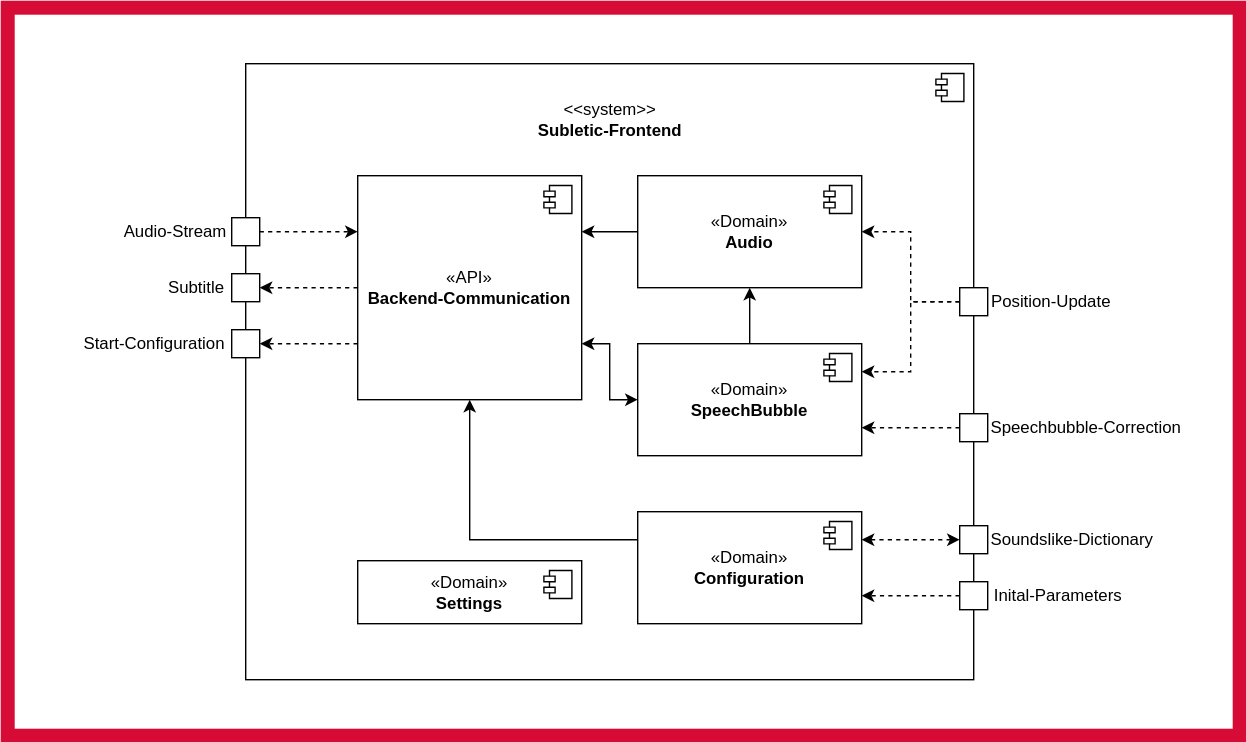
Earlier version of the draw.io export TechnicalDocumentation/arc42/img/Bausteinsicht_1_Frontend.drawio.svg (Subletic/Documentation). Source tidied: cells renumbered, new cells last; positions are measured from the earlier drawing's top-left corner, leaving out a move shared by most shapes.
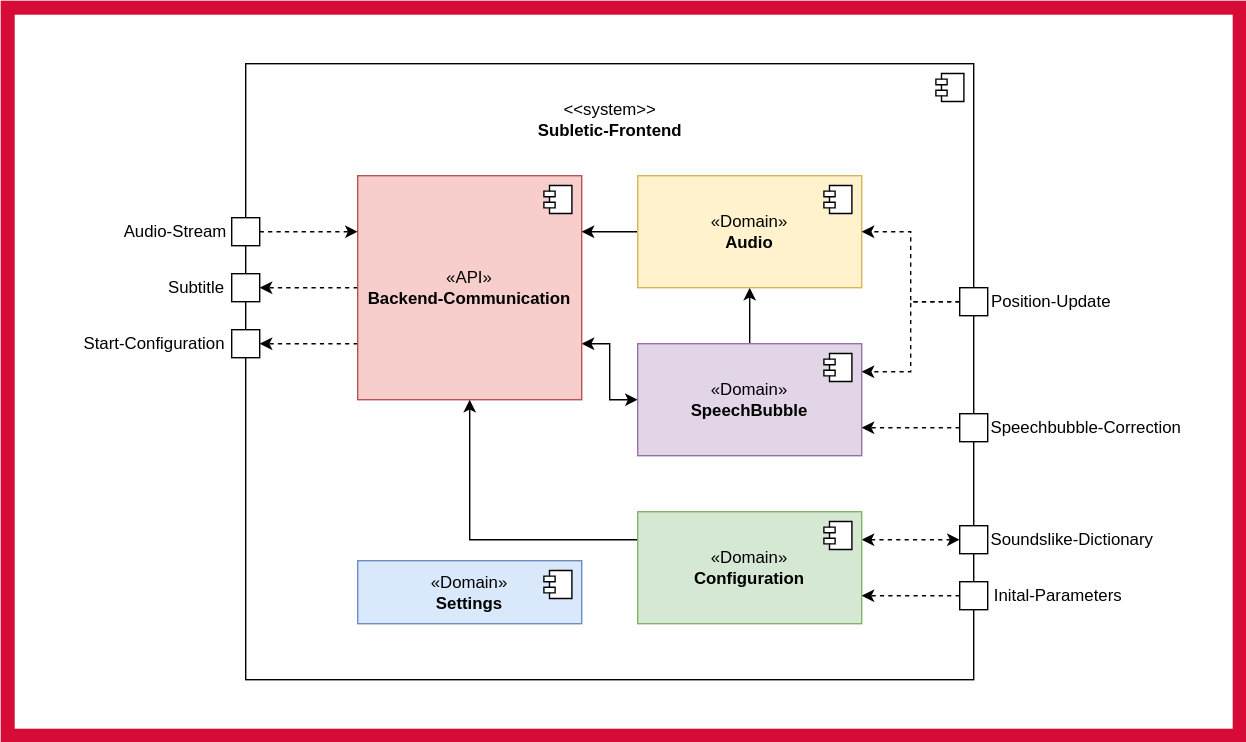
After the change.

What changed in the source:
```diff
@@ -27,7 +27,7 @@
     <mxCell id="7" style="edgeStyle=orthogonalEdgeStyle;rounded=0;jettySize=auto;html=1;exitX=0;exitY=0.75;exitDx=0;exitDy=0;entryX=1;entryY=0.5;entryDx=0;entryDy=0;dashed=1;" parent="1" edge="1" source="8" target="31">
       <mxGeometry relative="1" as="geometry" />
     </mxCell>
-    <mxCell id="8" value="«API»&lt;br&gt;&lt;b&gt;Backend-Communication&lt;/b&gt;" style="html=1;whiteSpace=wrap;" parent="1" vertex="1">
+    <mxCell id="8" value="«API»&lt;br&gt;&lt;b&gt;Backend-Communication&lt;/b&gt;" style="html=1;whiteSpace=wrap;fillColor=#f8cecc;strokeColor=#b85450;" parent="1" vertex="1">
       <mxGeometry x="250" y="120" width="160" height="160" as="geometry" />
     </mxCell>
     <mxCell id="9" style="shape=module;jettyWidth=8;jettyHeight=4;" parent="8" vertex="1">
@@ -41,7 +41,7 @@
     <mxCell id="11" style="edgeStyle=orthogonalEdgeStyle;html=1;exitX=0;exitY=0.5;exitDx=0;exitDy=0;entryX=1;entryY=0.25;entryDx=0;entryDy=0;rounded=0;" parent="1" edge="1" source="12" target="8">
       <mxGeometry relative="1" as="geometry" />
     </mxCell>
-    <mxCell id="12" value="«Domain»&lt;br&gt;&lt;b&gt;Audio&lt;/b&gt;" style="html=1;whiteSpace=wrap;" parent="1" vertex="1">
+    <mxCell id="12" value="«Domain»&lt;br&gt;&lt;b&gt;Audio&lt;/b&gt;" style="html=1;whiteSpace=wrap;fillColor=#fff2cc;strokeColor=#d6b656;" parent="1" vertex="1">
       <mxGeometry x="450" y="120" width="160" height="80" as="geometry" />
     </mxCell>
     <mxCell id="13" style="shape=module;jettyWidth=8;jettyHeight=4;" parent="12" vertex="1">
@@ -49,7 +49,7 @@
         <mxPoint x="-27" y="7" as="offset" />
       </mxGeometry>
     </mxCell>
-    <mxCell id="14" value="«Domain»&lt;br&gt;&lt;b&gt;SpeechBubble&lt;/b&gt;" style="html=1;whiteSpace=wrap;" parent="1" vertex="1">
+    <mxCell id="14" value="«Domain»&lt;br&gt;&lt;b&gt;SpeechBubble&lt;/b&gt;" style="html=1;whiteSpace=wrap;fillColor=#e1d5e7;strokeColor=#9673a6;" parent="1" vertex="1">
       <mxGeometry x="450" y="240" width="160" height="80" as="geometry" />
     </mxCell>
     <mxCell id="15" style="shape=module;jettyWidth=8;jettyHeight=4;" parent="14" vertex="1">
@@ -101,7 +101,7 @@
     <mxCell id="28" style="edgeStyle=orthogonalEdgeStyle;rounded=0;jettySize=auto;html=1;exitX=0;exitY=0.25;exitDx=0;exitDy=0;entryX=0.5;entryY=1;entryDx=0;entryDy=0;" parent="1" edge="1" source="29" target="8">
       <mxGeometry relative="1" as="geometry" />
     </mxCell>
-    <mxCell id="29" value="&lt;div&gt;«Domain»&lt;/div&gt;&lt;b&gt;Configuration&lt;/b&gt;" style="html=1;whiteSpace=wrap;" parent="1" vertex="1">
+    <mxCell id="29" value="&lt;div&gt;«Domain»&lt;/div&gt;&lt;b&gt;Configuration&lt;/b&gt;" style="html=1;whiteSpace=wrap;fillColor=#d5e8d4;strokeColor=#82b366;" parent="1" vertex="1">
       <mxGeometry x="450" y="360" width="160" height="80" as="geometry" />
     </mxCell>
     <mxCell id="30" style="shape=module;jettyWidth=8;jettyHeight=4;" parent="29" vertex="1">
@@ -136,7 +136,7 @@
     <mxCell id="39" value="Inital-Parameters" style="text;html=1;align=center;verticalAlign=middle;strokeColor=none;fillColor=none;rotation=0;" parent="1" vertex="1">
       <mxGeometry x="700" y="405" width="100" height="30" as="geometry" />
     </mxCell>
-    <mxCell id="40" value="&lt;div&gt;«Domain»&lt;/div&gt;&lt;b&gt;Settings&lt;/b&gt;" style="html=1;whiteSpace=wrap;" parent="1" vertex="1">
+    <mxCell id="40" value="&lt;div&gt;«Domain»&lt;/div&gt;&lt;b&gt;Settings&lt;/b&gt;" style="html=1;whiteSpace=wrap;fillColor=#dae8fc;strokeColor=#6c8ebf;" parent="1" vertex="1">
       <mxGeometry x="250" y="395" width="160" height="45" as="geometry" />
     </mxCell>
     <mxCell id="41" style="shape=module;jettyWidth=8;jettyHeight=4;" parent="40" vertex="1">
```
